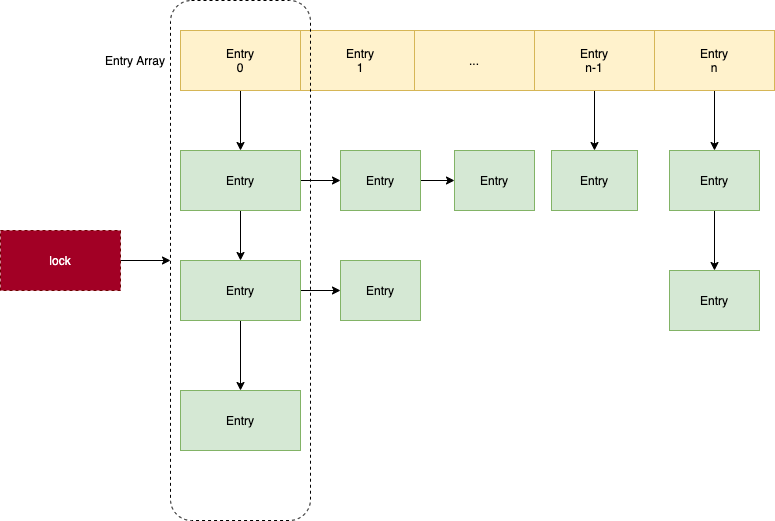
Before: concurrentHashMap-lock.png, a diagram exported from draw.io (sivanbil/architecthure-diagram). Source tidied: cells renumbered, new cells last; positions are measured from the earlier drawing's top-left corner, leaving out a move shared by most shapes.
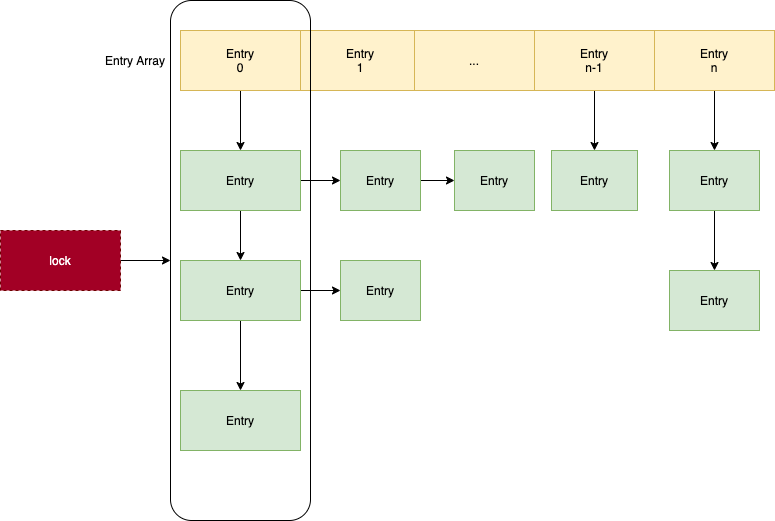
Later version of the same file.

What changed in the source:
```diff
@@ -68,7 +68,7 @@
     <mxCell id="23" value="Entry Array" style="text;html=1;strokeColor=none;fillColor=none;align=center;verticalAlign=middle;whiteSpace=wrap;rounded=0;" parent="1" vertex="1">
       <mxGeometry x="100" y="50" width="70" height="20" as="geometry" />
     </mxCell>
-    <mxCell id="24" style="rounded=1;whiteSpace=wrap;html=1;fillColor=none;dashed=1;" parent="1" vertex="1">
+    <mxCell id="24" style="rounded=1;whiteSpace=wrap;html=1;fillColor=none;" parent="1" vertex="1">
       <mxGeometry x="170" width="140" height="520" as="geometry" />
     </mxCell>
     <mxCell id="25" style="edgeStyle=orthogonalEdgeStyle;rounded=0;jettySize=auto;html=1;" parent="1" edge="1" source="26" target="24">
```
